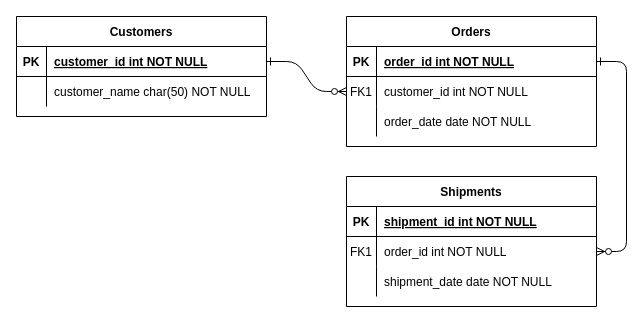
This is Untitled Diagram.drawio from GoodJeans/Database_ICT330, a draw.io file, before an edit. Source tidied: cells renumbered, new cells numbered last; positions are measured from the earlier drawing's top-left corner, leaving out a move shared by most shapes. Both pictures are drawn from the tidied source at 100%, with x=0, y=0 at pixel (16, 16).
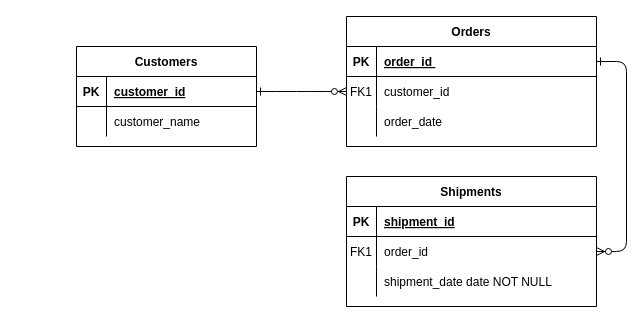
The same diagram, later.

Unchanged cells that the change refers to:
```xml
<mxCell id="5" style="shape=partialRectangle;fillColor=none;points=[[0,0.5],[1,0.5]];portConstraint=eastwest;top=0;left=0;right=0;bottom=1;" parent="4" vertex="1">
  <mxGeometry y="30" width="250" height="30" as="geometry" />
</mxCell>
<mxCell id="8" style="shape=partialRectangle;fillColor=none;points=[[0,0.5],[1,0.5]];portConstraint=eastwest;top=0;left=0;right=0;bottom=0;" parent="4" vertex="1">
  <mxGeometry y="60" width="250" height="30" as="geometry" />
</mxCell>
<mxCell id="11" style="shape=partialRectangle;fillColor=none;top=0;left=0;right=0;bottom=0;" parent="4" vertex="1">
  <mxGeometry y="90" width="250" height="30" as="geometry" />
</mxCell>
<mxCell id="15" style="shape=partialRectangle;fillColor=none;top=0;left=0;right=0;bottom=1;" parent="14" vertex="1">
  <mxGeometry y="30" width="250" height="30" as="geometry" />
</mxCell>
<mxCell id="18" style="shape=partialRectangle;fillColor=none;points=[[0,0.5],[1,0.5]];portConstraint=eastwest;top=0;left=0;right=0;bottom=0;" parent="14" vertex="1">
  <mxGeometry y="60" width="250" height="30" as="geometry" />
</mxCell>
```

Change to the diagram source:
```diff
@@
-    <mxCell id="7" value="order_id int NOT NULL " style="shape=partialRectangle;overflow=hidden;fillColor=none;top=0;left=0;bottom=0;right=0;align=left;spacingLeft=6;fontStyle=5;" parent="5" vertex="1">
+    <mxCell id="7" value="order_id " style="shape=partialRectangle;overflow=hidden;fillColor=none;top=0;left=0;bottom=0;right=0;align=left;spacingLeft=6;fontStyle=5;" parent="5" vertex="1">
       <mxGeometry x="30" width="220" height="30" as="geometry" />
     </mxCell>
@@
-    <mxCell id="10" value="customer_id int NOT NULL" style="shape=partialRectangle;overflow=hidden;fillColor=none;top=0;left=0;bottom=0;right=0;align=left;spacingLeft=6;" parent="8" vertex="1">
+    <mxCell id="10" value="customer_id" style="shape=partialRectangle;overflow=hidden;fillColor=none;top=0;left=0;bottom=0;right=0;align=left;spacingLeft=6;" parent="8" vertex="1">
       <mxGeometry x="30" width="220" height="30" as="geometry" />
     </mxCell>
@@
-    <mxCell id="13" value="order_date date NOT NULL" style="shape=partialRectangle;overflow=hidden;fillColor=none;top=0;left=0;bottom=0;right=0;align=left;spacingLeft=6;" parent="11" vertex="1">
+    <mxCell id="13" value="order_date" style="shape=partialRectangle;overflow=hidden;fillColor=none;top=0;left=0;bottom=0;right=0;align=left;spacingLeft=6;" parent="11" vertex="1">
       <mxGeometry x="30" width="220" height="30" as="geometry" />
     </mxCell>
@@
-    <mxCell id="17" value="shipment_id int NOT NULL " style="shape=partialRectangle;overflow=hidden;fillColor=none;top=0;left=0;bottom=0;right=0;align=left;spacingLeft=6;fontStyle=5;" parent="15" vertex="1">
+    <mxCell id="17" value="shipment_id" style="shape=partialRectangle;overflow=hidden;fillColor=none;top=0;left=0;bottom=0;right=0;align=left;spacingLeft=6;fontStyle=5;" parent="15" vertex="1">
       <mxGeometry x="30" width="220" height="30" as="geometry" />
     </mxCell>
@@
-    <mxCell id="20" value="order_id int NOT NULL" style="shape=partialRectangle;overflow=hidden;fillColor=none;top=0;left=0;bottom=0;right=0;align=left;spacingLeft=6;" parent="18" vertex="1">
+    <mxCell id="20" value="order_id " style="shape=partialRectangle;overflow=hidden;fillColor=none;top=0;left=0;bottom=0;right=0;align=left;spacingLeft=6;" parent="18" vertex="1">
       <mxGeometry x="30" width="220" height="30" as="geometry" />
     </mxCell>
@@
     <mxCell id="24" value="Customers" style="shape=table;startSize=30;childLayout=tableLayout;rowLines=0;fontStyle=1;align=center;" parent="1" vertex="1">
-      <mxGeometry width="250" height="100" as="geometry" />
+      <mxGeometry x="60" y="30" width="180" height="100" as="geometry" />
     </mxCell>
     <mxCell id="25" style="shape=partialRectangle;fillColor=none;points=[[0,0.5],[1,0.5]];portConstraint=eastwest;top=0;left=0;right=0;bottom=1;" parent="24" vertex="1">
-      <mxGeometry y="30" width="250" height="30" as="geometry" />
+      <mxGeometry y="30" width="180" height="30" as="geometry" />
     </mxCell>
@@
-    <mxCell id="27" value="customer_id int NOT NULL " style="shape=partialRectangle;overflow=hidden;fillColor=none;top=0;left=0;bottom=0;right=0;align=left;spacingLeft=6;fontStyle=5;" parent="25" vertex="1">
-      <mxGeometry x="30" width="220" height="30" as="geometry" />
+    <mxCell id="27" value="customer_id" style="shape=partialRectangle;overflow=hidden;fillColor=none;top=0;left=0;bottom=0;right=0;align=left;spacingLeft=6;fontStyle=5;" parent="25" vertex="1">
+      <mxGeometry x="30" width="150" height="30" as="geometry" />
     </mxCell>
     <mxCell id="28" style="shape=partialRectangle;fillColor=none;top=0;left=0;right=0;bottom=0;" parent="24" vertex="1">
-      <mxGeometry y="60" width="250" height="30" as="geometry" />
+      <mxGeometry y="60" width="180" height="30" as="geometry" />
     </mxCell>
@@
-    <mxCell id="30" value="customer_name char(50) NOT NULL" style="shape=partialRectangle;overflow=hidden;fillColor=none;top=0;left=0;bottom=0;right=0;align=left;spacingLeft=6;" parent="28" vertex="1">
-      <mxGeometry x="30" width="220" height="30" as="geometry" />
+    <mxCell id="30" value="customer_name " style="shape=partialRectangle;overflow=hidden;fillColor=none;top=0;left=0;bottom=0;right=0;align=left;spacingLeft=6;" parent="28" vertex="1">
+      <mxGeometry x="30" width="150" height="30" as="geometry" />
     </mxCell>
```
